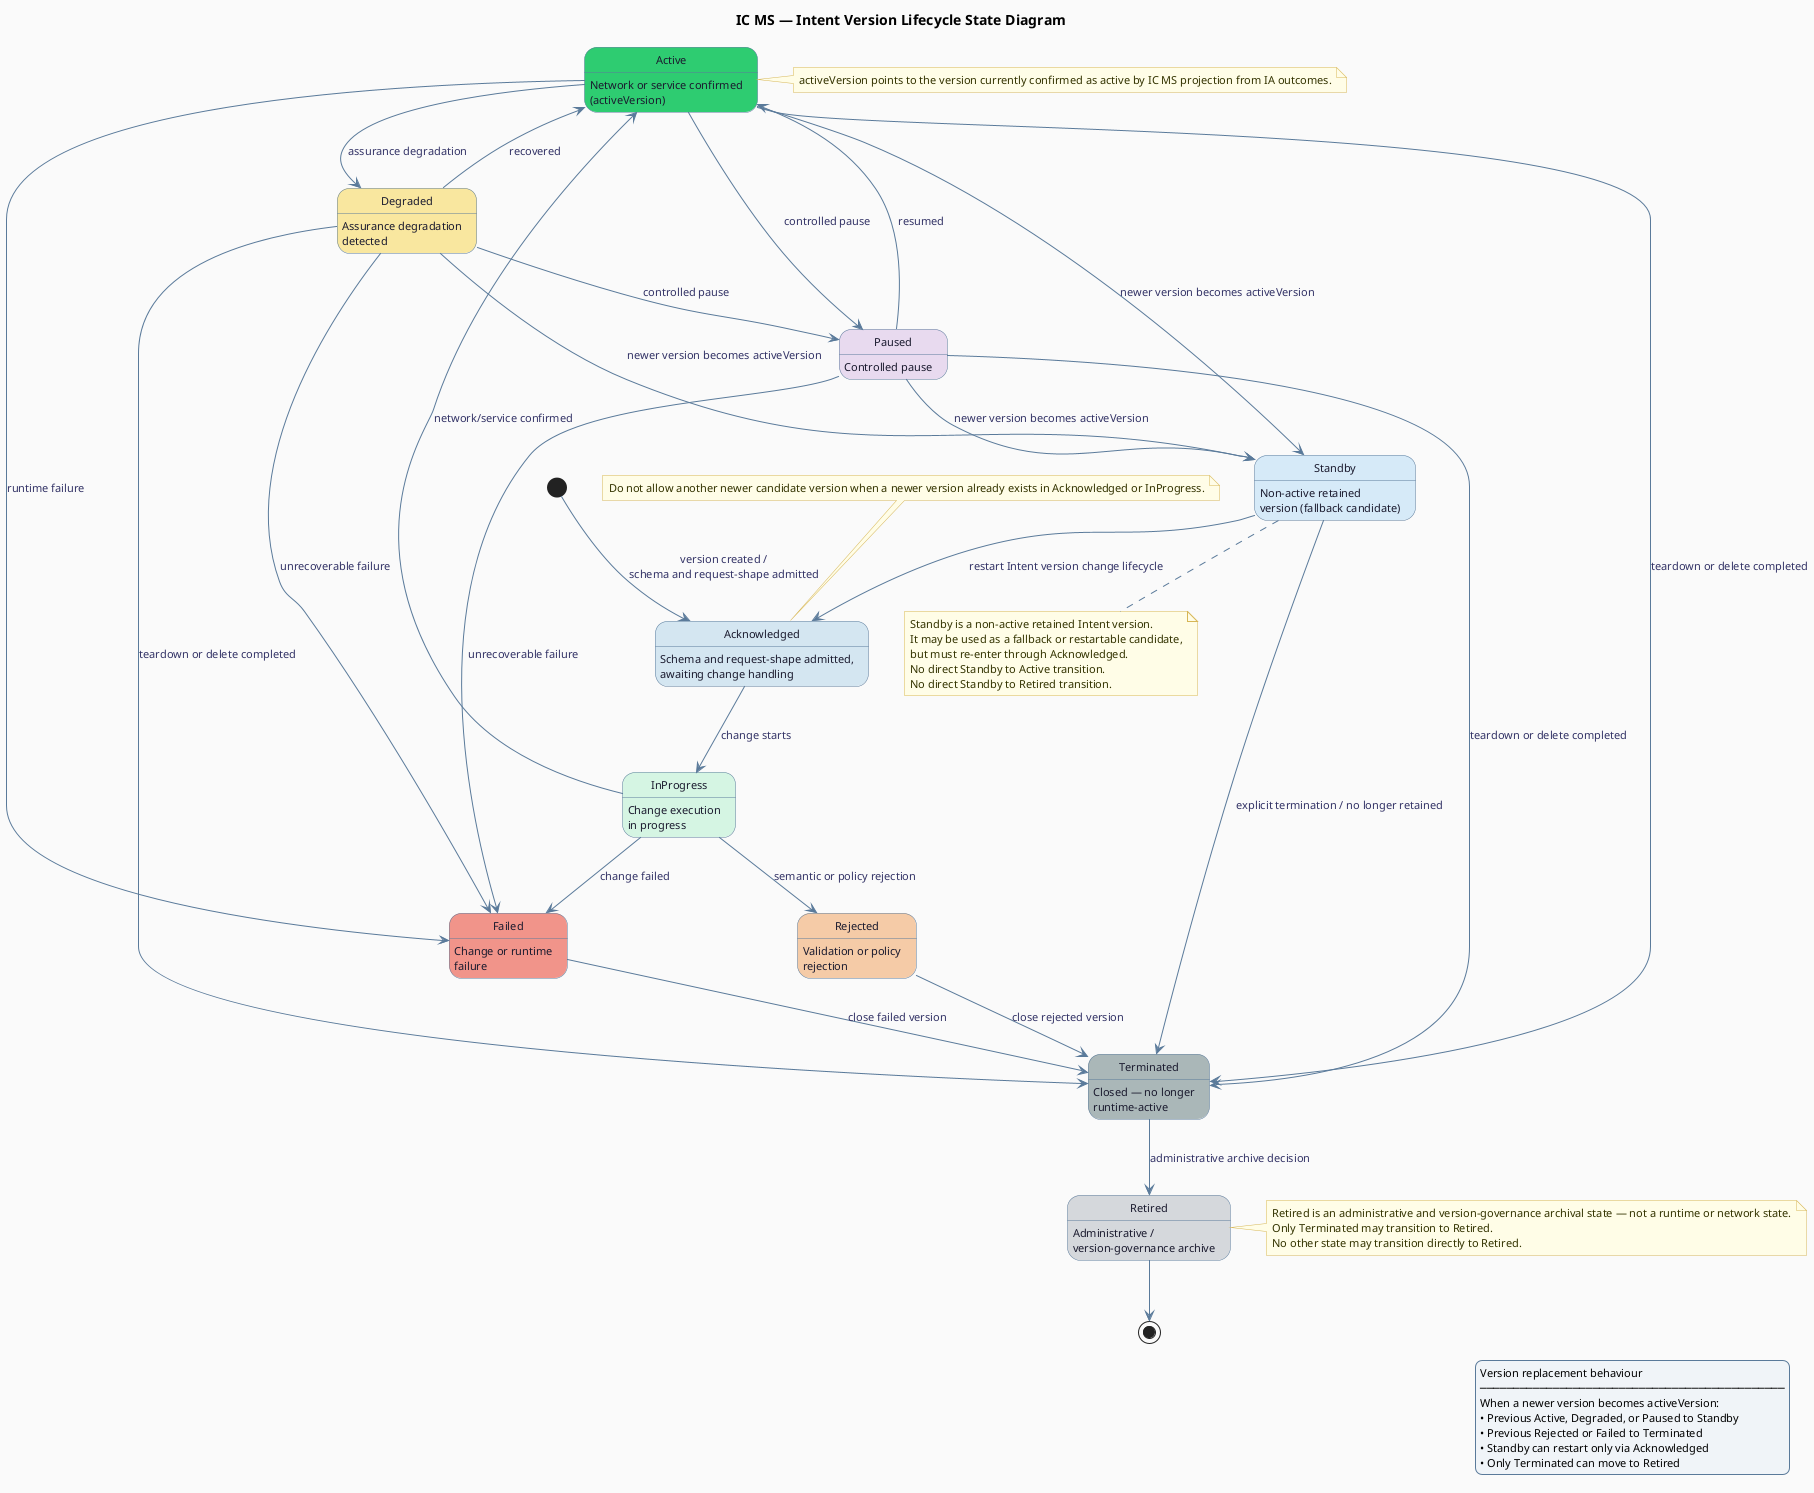
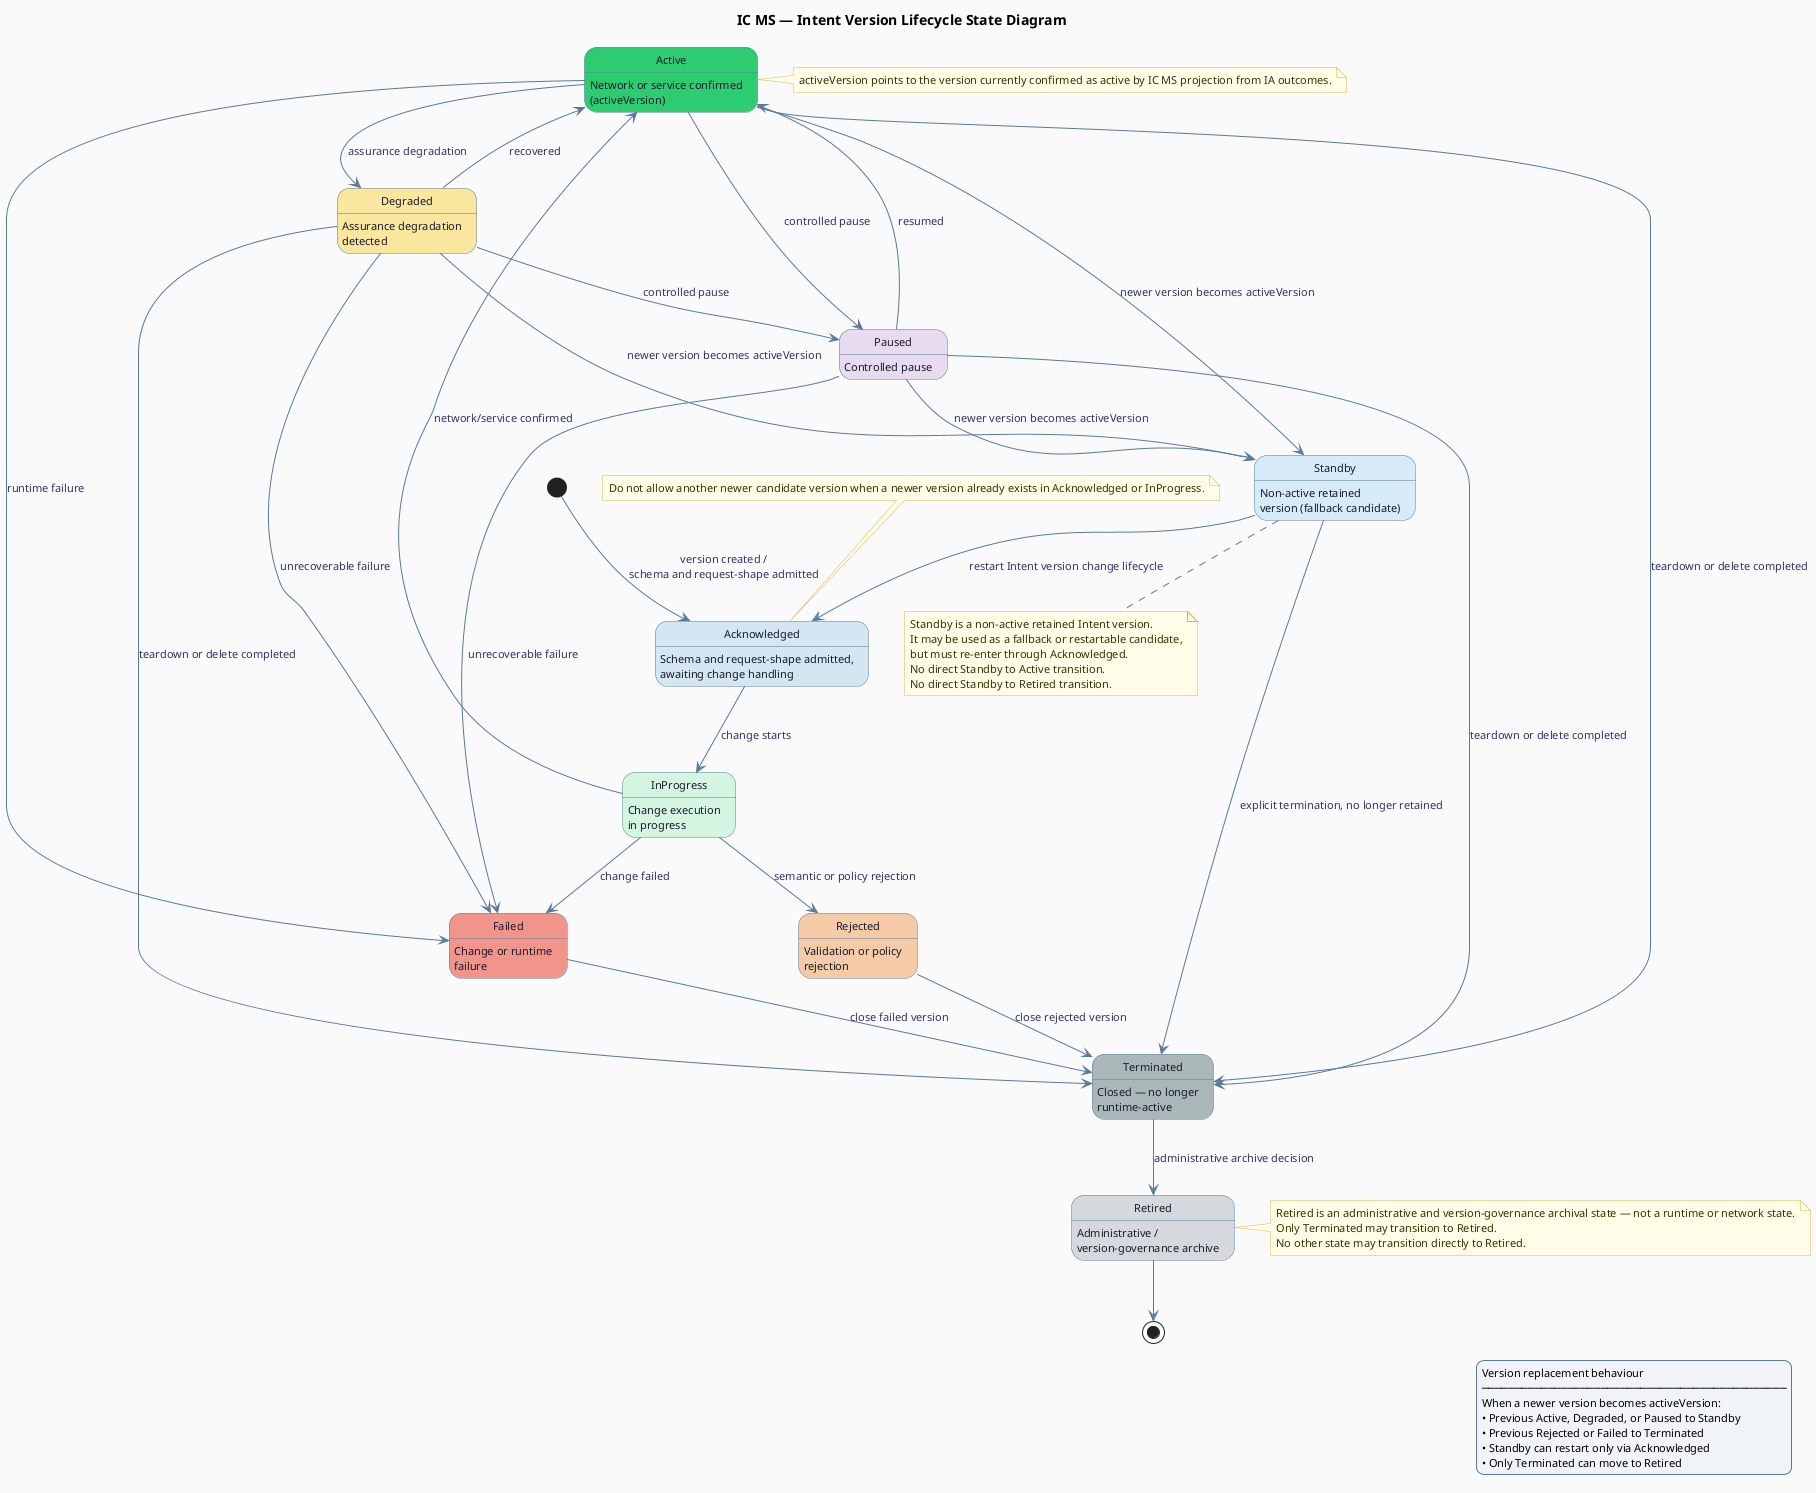
@startuml
' IC MS Intent Version Lifecycle State Diagram
hide empty description

skinparam shadowing false
skinparam backgroundColor #FAFAFA
skinparam state {
  BackgroundColor #FFFFFF
  BorderColor #5a7a9a
  FontSize 12
  FontColor #1a1a2e
  ArrowColor #5a7a9a
  ArrowFontSize 11
  ArrowFontColor #333366
  AttributeFontSize 11
}
skinparam note {
  BackgroundColor #fffde7
  BorderColor #d6b656
  FontSize 11
  FontColor #333300
}
skinparam legend {
  BackgroundColor #f0f4f8
  BorderColor #5a7a9a
  FontSize 11
}

title IC MS — Intent Version Lifecycle State Diagram

' ── Entry ──────────────────────────────────────────────────────────────────
[*] --> Acknowledged : version created /\nschema and request-shape admitted

' ── States ────────────────────────────────────────────────────────────────
state Acknowledged #d4e6f1 : Schema and request-shape admitted,\nawaiting change handling
state InProgress #d5f5e3 : Change execution\nin progress
state Active #2ecc71 : Network or service confirmed\n(activeVersion)
state Degraded #f9e79f : Assurance degradation\ndetected
state Paused #e8daef : Controlled pause
state Standby #d6eaf8 : Non-active retained\nversion (fallback candidate)
state Rejected #f5cba7 : Validation or policy\nrejection
state Failed #f1948a : Change or runtime\nfailure
state Terminated #aab7b8 : Closed — no longer\nruntime-active
state Retired #d5d8dc : Administrative /\nversion-governance archive

' ── Primary version change lifecycle ───────────────────────────────────────
Acknowledged --> InProgress : change starts
InProgress --> Active : network/service confirmed
InProgress --> Failed : change failed
InProgress --> Rejected : semantic or policy rejection

' ── Operational runtime lifecycle ──────────────────────────────────────────
Active --> Degraded : assurance degradation
Active --> Paused : controlled pause
Active --> Failed : runtime failure
Active --> Terminated : teardown or delete completed
Active --> Standby : newer version becomes activeVersion

Degraded --> Active : recovered
Degraded --> Paused : controlled pause
Degraded --> Failed : unrecoverable failure
Degraded --> Terminated : teardown or delete completed
Degraded --> Standby : newer version becomes activeVersion

Paused --> Active : resumed
Paused --> Failed : unrecoverable failure
Paused --> Terminated : teardown or delete completed
Paused --> Standby : newer version becomes activeVersion

' ── Closure and governance lifecycle ───────────────────────────────────────
Rejected --> Terminated : close rejected version
Failed --> Terminated : close failed version
Standby --> Acknowledged : restart Intent version change lifecycle
- Standby --> Terminated : explicit termination / no longer retained
+ Standby --> Terminated : explicit termination, no longer retained
Terminated --> Retired : administrative archive decision
Retired --> [*]

' ── Notes ─────────────────────────────────────────────────────────────────
note top of Acknowledged
Do not allow another newer candidate version when a newer version already exists in Acknowledged or InProgress.
end note

note right of Active
activeVersion points to the version currently confirmed as active by IC MS projection from IA outcomes.
end note

note bottom of Standby
Standby is a non-active retained Intent version.
It may be used as a fallback or restartable candidate,
but must re-enter through Acknowledged.
No direct Standby to Active transition.
No direct Standby to Retired transition.
end note

note right of Retired
Retired is an administrative and version-governance archival state — not a runtime or network state.
Only Terminated may transition to Retired.
No other state may transition directly to Retired.
end note

legend right
Version replacement behaviour
──────────────────────────────────────────────
When a newer version becomes activeVersion:
• Previous Active, Degraded, or Paused to Standby
• Previous Rejected or Failed to Terminated
• Standby can restart only via Acknowledged
• Only Terminated can move to Retired
endlegend

@enduml
